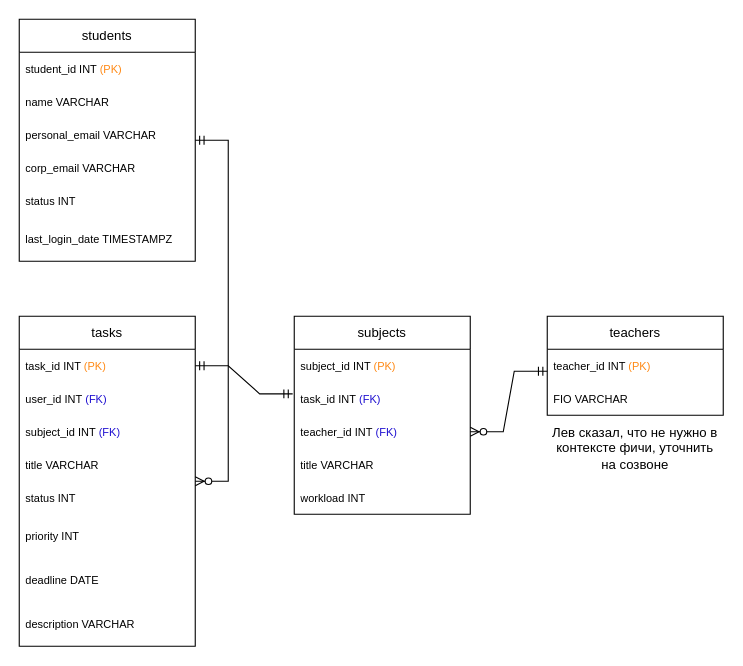
This is Novgorodov_Timofey/ex07_ERD/ex07_ERD.drawio from abdullahproff/BSA21_1, a draw.io file, before an edit. Source tidied: cells renumbered, new cells numbered last; positions are measured from the earlier drawing's top-left corner, leaving out a move shared by most shapes. Both pictures are drawn from the tidied source at 110%, with x=0, y=0 at pixel (19, 19).
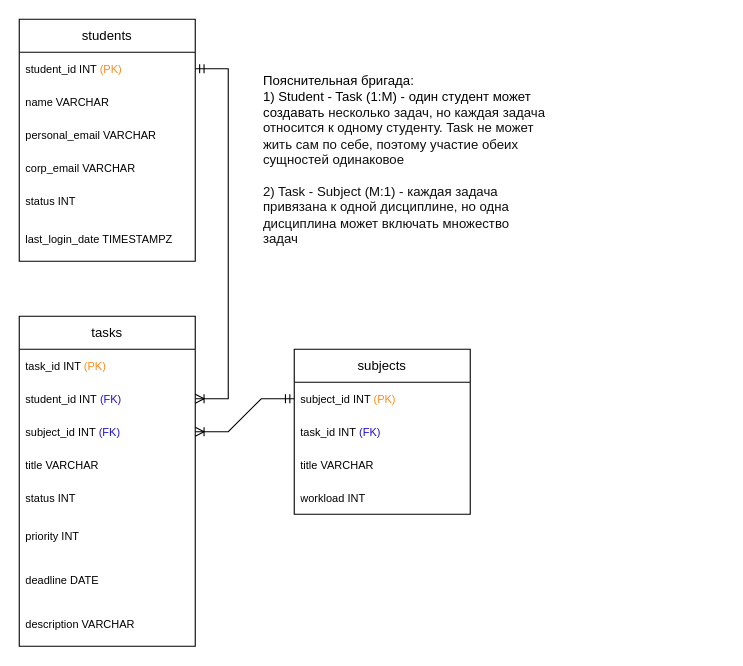
After the change.

Unchanged cells that the change refers to:
```xml
<mxCell id="2" value="students" style="swimlane;fontStyle=0;horizontal=1;startSize=30;whiteSpace=wrap;html=1;backgroundOutline=0;" parent="1" vertex="1">
  <mxGeometry width="160" height="220" as="geometry" />
</mxCell>
<mxCell id="3" value="student_id INT &lt;font style=&quot;font-size: 10px;&quot; color=&quot;#ff8813&quot;&gt;(PK)&lt;/font&gt;" style="text;strokeColor=none;fillColor=none;align=left;verticalAlign=middle;spacingLeft=4;spacingRight=4;overflow=hidden;points=[[0,0.5],[1,0.5]];portConstraint=eastwest;whiteSpace=wrap;html=1;fontSize=10;" parent="2" vertex="1">
  <mxGeometry y="30" width="160" height="30" as="geometry" />
</mxCell>
<mxCell id="9" value="tasks" style="swimlane;fontStyle=0;horizontal=1;startSize=30;whiteSpace=wrap;html=1;backgroundOutline=0;" parent="1" vertex="1">
  <mxGeometry y="270" width="160" height="300" as="geometry" />
</mxCell>
<mxCell id="10" value="task_id INT &lt;font style=&quot;font-size: 10px;&quot; color=&quot;#ff8813&quot;&gt;(PK)&lt;/font&gt;" style="text;strokeColor=none;fillColor=none;align=left;verticalAlign=middle;spacingLeft=4;spacingRight=4;overflow=hidden;points=[[0,0.5],[1,0.5]];portConstraint=eastwest;whiteSpace=wrap;html=1;fontSize=10;" parent="9" vertex="1">
  <mxGeometry y="30" width="160" height="30" as="geometry" />
</mxCell>
<mxCell id="12" value="subject_id INT&amp;nbsp;&lt;font color=&quot;#1e0fd0&quot;&gt;(FK)&lt;/font&gt;" style="text;strokeColor=none;fillColor=none;align=left;verticalAlign=middle;spacingLeft=4;spacingRight=4;overflow=hidden;points=[[0,0.5],[1,0.5]];portConstraint=eastwest;whiteSpace=wrap;html=1;fontSize=10;" parent="9" vertex="1">
  <mxGeometry y="90" width="160" height="30" as="geometry" />
</mxCell>
<mxCell id="20" value="subject_id INT &lt;font style=&quot;font-size: 10px;&quot; color=&quot;#ff8813&quot;&gt;(PK)&lt;/font&gt;" style="text;strokeColor=none;fillColor=none;align=left;verticalAlign=middle;spacingLeft=4;spacingRight=4;overflow=hidden;points=[[0,0.5],[1,0.5]];portConstraint=eastwest;whiteSpace=wrap;html=1;fontSize=10;" parent="19" vertex="1">
  <mxGeometry y="30" width="160" height="30" as="geometry" />
</mxCell>
<mxCell id="21" value="task_id INT&amp;nbsp;&lt;font color=&quot;#1e0fd0&quot;&gt;(FK)&lt;/font&gt;" style="text;strokeColor=none;fillColor=none;align=left;verticalAlign=middle;spacingLeft=4;spacingRight=4;overflow=hidden;points=[[0,0.5],[1,0.5]];portConstraint=eastwest;whiteSpace=wrap;html=1;fontSize=10;" parent="19" vertex="1">
  <mxGeometry y="60" width="160" height="30" as="geometry" />
</mxCell>
```

Diff of the diagram source:
```diff
@@
-    <mxCell id="11" value="user_id INT&amp;nbsp;&lt;font color=&quot;#1e0fd0&quot;&gt;(FK)&lt;/font&gt;" style="text;strokeColor=none;fillColor=none;align=left;verticalAlign=middle;spacingLeft=4;spacingRight=4;overflow=hidden;points=[[0,0.5],[1,0.5]];portConstraint=eastwest;whiteSpace=wrap;html=1;fontSize=10;" parent="9" vertex="1">
+    <mxCell id="11" value="student_id INT&amp;nbsp;&lt;font color=&quot;#1e0fd0&quot;&gt;(FK)&lt;/font&gt;" style="text;strokeColor=none;fillColor=none;align=left;verticalAlign=middle;spacingLeft=4;spacingRight=4;overflow=hidden;points=[[0,0.5],[1,0.5]];portConstraint=eastwest;whiteSpace=wrap;html=1;fontSize=10;" parent="9" vertex="1">
       <mxGeometry y="60" width="160" height="30" as="geometry" />
     </mxCell>
@@
-    <mxCell id="18" style="edgeStyle=entityRelationEdgeStyle;fontSize=12;html=1;endArrow=ERzeroToMany;startArrow=ERmandOne;rounded=0;" parent="1" edge="1" source="2" target="9">
-      <mxGeometry relative="1" as="geometry">
-        <Array as="points">
-          <mxPoint x="100" y="240" />
-        </Array>
-      </mxGeometry>
-    </mxCell>
     <mxCell id="19" value="subjects" style="swimlane;fontStyle=0;horizontal=1;startSize=30;whiteSpace=wrap;html=1;backgroundOutline=0;" parent="1" vertex="1">
-      <mxGeometry x="250" y="270" width="160" height="180" as="geometry" />
+      <mxGeometry x="250" y="300" width="160" height="150" as="geometry" />
     </mxCell>
@@
-    <mxCell id="22" value="teacher_id INT&amp;nbsp;&lt;font color=&quot;#1e0fd0&quot;&gt;(FK)&lt;/font&gt;" style="text;strokeColor=none;fillColor=none;align=left;verticalAlign=middle;spacingLeft=4;spacingRight=4;overflow=hidden;points=[[0,0.5],[1,0.5]];portConstraint=eastwest;whiteSpace=wrap;html=1;fontSize=10;" parent="19" vertex="1">
-      <mxGeometry y="90" width="160" height="30" as="geometry" />
-    </mxCell>
     <mxCell id="23" value="title VARCHAR" style="text;strokeColor=none;fillColor=none;align=left;verticalAlign=middle;spacingLeft=4;spacingRight=4;overflow=hidden;whiteSpace=wrap;html=1;fontSize=10;" parent="19" vertex="1">
-      <mxGeometry y="120" width="160" height="30" as="geometry" />
+      <mxGeometry y="90" width="160" height="30" as="geometry" />
     </mxCell>
     <mxCell id="24" value="&lt;font style=&quot;font-size: 10px;&quot;&gt;workload INT&lt;/font&gt;" style="text;strokeColor=none;fillColor=none;align=left;verticalAlign=middle;spacingLeft=4;spacingRight=4;overflow=hidden;whiteSpace=wrap;html=1;" parent="19" vertex="1">
-      <mxGeometry y="150" width="160" height="30" as="geometry" />
+      <mxGeometry y="120" width="160" height="30" as="geometry" />
     </mxCell>
-    <mxCell id="25" style="edgeStyle=entityRelationEdgeStyle;fontSize=12;html=1;endArrow=ERmandOne;startArrow=ERmandOne;rounded=0;entryX=-0.009;entryY=0.351;entryDx=0;entryDy=0;entryPerimeter=0;" parent="1" edge="1" source="10" target="21">
-      <mxGeometry relative="1" as="geometry" />
-    </mxCell>
-    <mxCell id="26" value="teachers" style="swimlane;fontStyle=0;horizontal=1;startSize=30;whiteSpace=wrap;html=1;backgroundOutline=0;" parent="1" vertex="1">
-      <mxGeometry x="480" y="270" width="160" height="90" as="geometry" />
-    </mxCell>
-    <mxCell id="27" value="teacher_id&amp;nbsp;INT &lt;font style=&quot;font-size: 10px;&quot; color=&quot;#ff8813&quot;&gt;(PK)&lt;/font&gt;" style="text;strokeColor=none;fillColor=none;align=left;verticalAlign=middle;spacingLeft=4;spacingRight=4;overflow=hidden;points=[[0,0.5],[1,0.5]];portConstraint=eastwest;whiteSpace=wrap;html=1;fontSize=10;" parent="26" vertex="1">
-      <mxGeometry y="30" width="160" height="30" as="geometry" />
-    </mxCell>
-    <mxCell id="28" value="FIO VARCHAR" style="text;strokeColor=none;fillColor=none;align=left;verticalAlign=middle;spacingLeft=4;spacingRight=4;overflow=hidden;whiteSpace=wrap;html=1;fontSize=10;" parent="26" vertex="1">
-      <mxGeometry y="60" width="160" height="30" as="geometry" />
-    </mxCell>
-    <mxCell id="29" style="edgeStyle=entityRelationEdgeStyle;fontSize=12;html=1;endArrow=ERzeroToMany;startArrow=ERmandOne;rounded=0;exitX=0;exitY=0.667;exitDx=0;exitDy=0;exitPerimeter=0;" parent="1" edge="1" source="27" target="22">
-      <mxGeometry relative="1" as="geometry">
-        <Array as="points">
-          <mxPoint x="370" y="495" />
-        </Array>
-      </mxGeometry>
-    </mxCell>
-    <mxCell id="30" value="Лев сказал, что не нужно в контексте фичи, уточнить на созвоне" style="text;html=1;align=center;verticalAlign=middle;whiteSpace=wrap;rounded=0;" parent="1" vertex="1">
-      <mxGeometry x="480" y="370" width="160" height="40" as="geometry" />
-    </mxCell>
+    <mxCell id="31" style="edgeStyle=entityRelationEdgeStyle;fontSize=12;html=1;endArrow=ERoneToMany;startArrow=ERmandOne;rounded=0;exitX=0;exitY=0.5;exitDx=0;exitDy=0;" parent="1" edge="1" source="20" target="12">
+      <mxGeometry relative="1" as="geometry" />
+    </mxCell>
+    <mxCell id="32" value="&lt;font style=&quot;&quot; face=&quot;Helvetica&quot;&gt;Пояснительная бригада:&lt;br&gt;1) Student - Task (1:M) - один студент может создавать&amp;nbsp;&lt;span style=&quot;background-color: initial;&quot;&gt;&lt;font color=&quot;#0e0e0e&quot;&gt;несколько задач, но каждая задача относится к одному студенту. Task не может жить сам по себе, поэтому участие обеих сущностей одинаковое&lt;/font&gt;&lt;br&gt;&lt;br&gt;&lt;font color=&quot;#0e0e0e&quot;&gt;2) Task - Subject (M:1) - каждая задача привязана к одной дисциплине, но одна дисциплина может включать множество задач&lt;/font&gt;&lt;br&gt;&lt;/span&gt;&lt;/font&gt;&lt;div style=&quot;&quot;&gt;&lt;br&gt;&lt;/div&gt;" style="text;html=1;align=left;verticalAlign=middle;whiteSpace=wrap;rounded=0;" parent="1" vertex="1">
+      <mxGeometry x="220" y="20" width="260" height="230" as="geometry" />
+    </mxCell>
+    <mxCell id="33" style="edgeStyle=entityRelationEdgeStyle;fontSize=12;html=1;endArrow=ERoneToMany;startArrow=ERmandOne;rounded=0;exitX=1;exitY=0.5;exitDx=0;exitDy=0;entryX=1;entryY=0.5;entryDx=0;entryDy=0;" parent="1" edge="1" source="3" target="11">
+      <mxGeometry relative="1" as="geometry" />
+    </mxCell>
```
